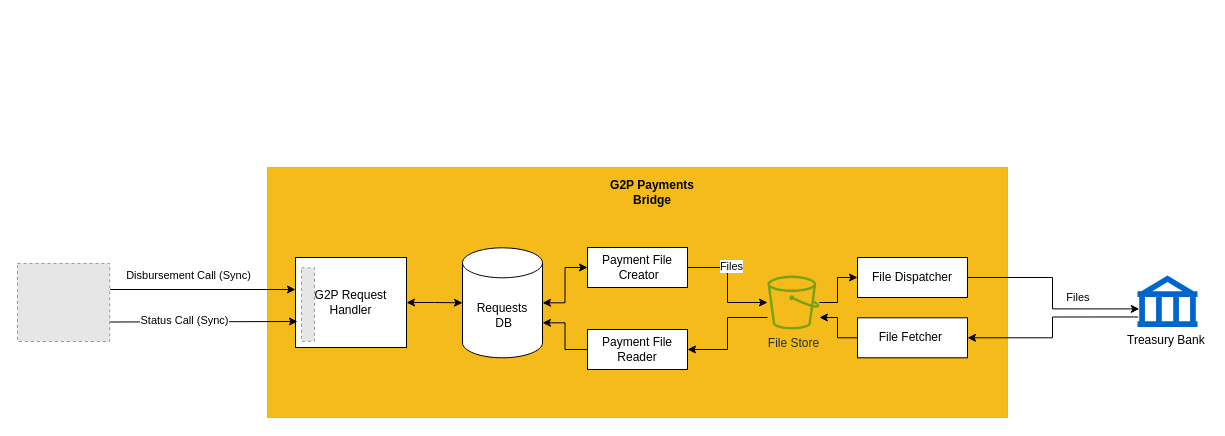
Above: .gitbook/assets/gpb-architecture.drawio in OpenG2P/openg2p-documentation (draw.io), before the change. Source tidied: cells renumbered, new cells numbered last; positions are measured from the earlier drawing's top-left corner, leaving out a move shared by most shapes. Both pictures are drawn from the tidied source at 100%, with x=0, y=0 at pixel (17, 167). Pictures stored in the file or linked from it are replaced by grey dashed boxes.
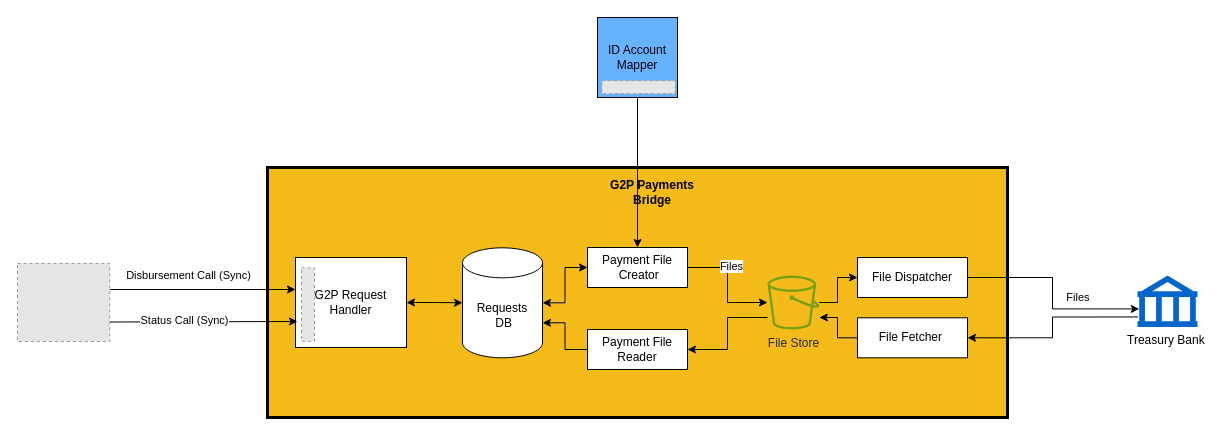
After the change.

Unchanged cells that the change refers to:
```xml
<mxCell id="18" value="Payment File&lt;br&gt;&amp;nbsp;Creator" style="rounded=0;whiteSpace=wrap;html=1;" parent="1" vertex="1">
  <mxGeometry x="570" y="80" width="100" height="40" as="geometry" />
</mxCell>
```

Diff of the diagram source:
```diff
@@
-    <mxCell id="2" style="rounded=0;whiteSpace=wrap;html=1;fillColor=#F5BB1A;strokeColor=#d6b656;align=left;" parent="1" vertex="1">
+    <mxCell id="2" style="rounded=0;whiteSpace=wrap;html=1;fillColor=#F5BB1A;strokeColor=#000000;align=left;strokeWidth=3;" parent="1" vertex="1">
       <mxGeometry x="250" width="740" height="250" as="geometry" />
     </mxCell>
@@
+    <mxCell id="31" style="edgeStyle=orthogonalEdgeStyle;rounded=0;jettySize=auto;html=1;exitX=0.5;exitY=0;exitDx=0;exitDy=0;entryX=0.5;entryY=1;entryDx=0;entryDy=0;startArrow=classic;startFill=1;endArrow=none;endFill=0;" parent="1" edge="1" source="18" target="32">
+      <mxGeometry relative="1" as="geometry" />
+    </mxCell>
@@
+    <mxCell id="32" value="ID Account Mapper" style="whiteSpace=wrap;html=1;fillColor=#66B2FF;" parent="1" vertex="1">
+      <mxGeometry x="580" y="-150" width="80" height="80" as="geometry" />
+    </mxCell>
+    <mxCell id="33" style="fillColor=#E6E6E6;strokeColor=#999999;dashed=1;verticalLabelPosition=bottom;verticalAlign=top;" parent="1" vertex="1">
+      <mxGeometry x="584.3" y="-86.8" width="73.5" height="13" as="geometry" />
+    </mxCell>
```
